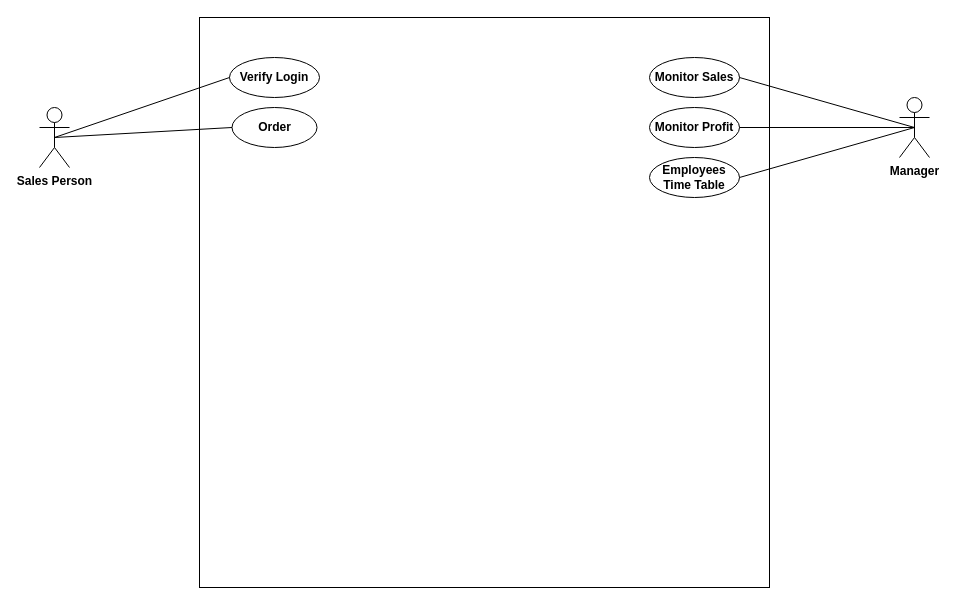
This is Use_Case.drawio from AbdulmoizTalpur/Tutorial-week-3, a draw.io file, before an edit. Source tidied: cells renumbered, new cells numbered last; positions are measured from the earlier drawing's top-left corner, leaving out a move shared by most shapes. Both pictures are drawn from the tidied source at 100%, with x=0, y=0 at pixel (39, 17).
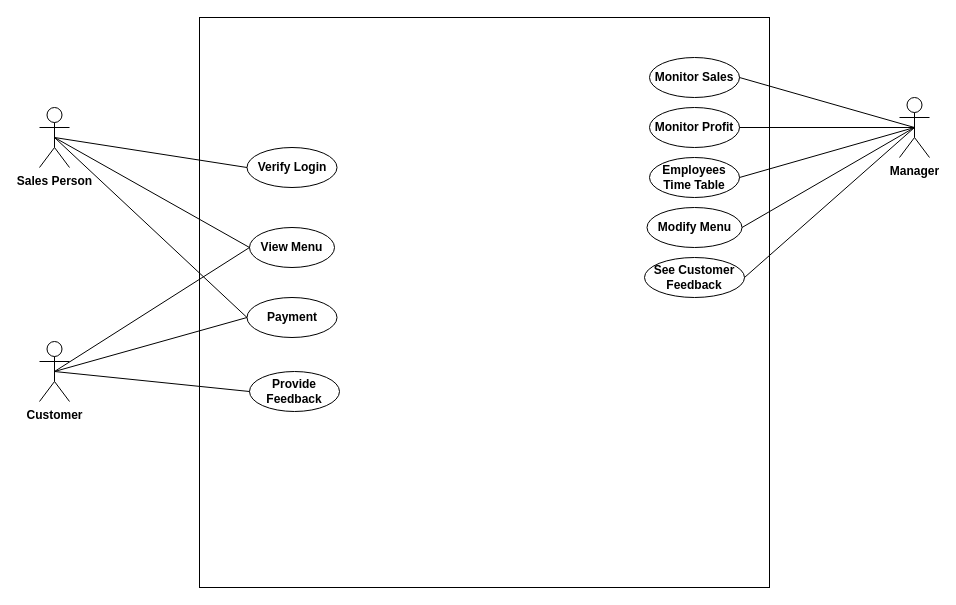
The same page after the edit.

The change refers to these unchanged cells:
```xml
<mxCell id="3" value="&lt;b&gt;Sales Person&lt;/b&gt;" style="shape=umlActor;verticalLabelPosition=bottom;verticalAlign=top;html=1;" parent="1" vertex="1">
  <mxGeometry y="90" width="30" height="60" as="geometry" />
</mxCell>
<mxCell id="5" value="&lt;b&gt;Manager&lt;/b&gt;" style="shape=umlActor;verticalLabelPosition=bottom;verticalAlign=top;html=1;" parent="1" vertex="1">
  <mxGeometry x="860" y="80" width="30" height="60" as="geometry" />
</mxCell>
```

What changed in the source:
```diff
@@
     <mxCell id="4" value="&lt;b&gt;Verify Login&lt;/b&gt;" style="ellipse;whiteSpace=wrap;html=1;" parent="1" vertex="1">
-      <mxGeometry x="190" y="40" width="90" height="40" as="geometry" />
+      <mxGeometry x="207.5" y="130" width="90" height="40" as="geometry" />
     </mxCell>
@@
-    <mxCell id="13" value="&lt;b&gt;Order&lt;/b&gt;" style="ellipse;whiteSpace=wrap;html=1;" parent="1" vertex="1">
-      <mxGeometry x="192.5" y="90" width="85" height="40" as="geometry" />
+    <mxCell id="13" value="&lt;b&gt;View Menu&lt;/b&gt;" style="ellipse;whiteSpace=wrap;html=1;" parent="1" vertex="1">
+      <mxGeometry x="210" y="210" width="85" height="40" as="geometry" />
     </mxCell>
@@
+    <mxCell id="15" value="&lt;b&gt;Modify Menu&lt;/b&gt;" style="ellipse;whiteSpace=wrap;html=1;" parent="1" vertex="1">
+      <mxGeometry x="607.5" y="190" width="95" height="40" as="geometry" />
+    </mxCell>
+    <mxCell id="16" style="endArrow=none;html=1;rounded=0;entryX=0.5;entryY=0.5;entryDx=0;entryDy=0;entryPerimeter=0;exitX=1;exitY=0.5;exitDx=0;exitDy=0;" parent="1" edge="1" source="15" target="5">
+      <mxGeometry relative="1" as="geometry" />
+    </mxCell>
+    <mxCell id="17" value="&lt;b&gt;Customer&lt;/b&gt;" style="shape=umlActor;verticalLabelPosition=bottom;verticalAlign=top;html=1;" parent="1" vertex="1">
+      <mxGeometry y="324" width="30" height="60" as="geometry" />
+    </mxCell>
+    <mxCell id="18" value="&lt;b&gt;See Customer Feedback&lt;/b&gt;" style="ellipse;whiteSpace=wrap;html=1;" parent="1" vertex="1">
+      <mxGeometry x="605" y="240" width="100" height="40" as="geometry" />
+    </mxCell>
+    <mxCell id="19" style="endArrow=none;html=1;rounded=0;entryX=0.5;entryY=0.5;entryDx=0;entryDy=0;entryPerimeter=0;exitX=1;exitY=0.5;exitDx=0;exitDy=0;" parent="1" edge="1" source="18" target="5">
+      <mxGeometry relative="1" as="geometry" />
+    </mxCell>
+    <mxCell id="20" style="endArrow=none;html=1;rounded=0;exitX=0.5;exitY=0.5;exitDx=0;exitDy=0;exitPerimeter=0;entryX=0;entryY=0.5;entryDx=0;entryDy=0;" parent="1" edge="1" source="17" target="13">
+      <mxGeometry relative="1" as="geometry" />
+    </mxCell>
+    <mxCell id="21" value="&lt;b&gt;Payment&lt;/b&gt;" style="ellipse;whiteSpace=wrap;html=1;" parent="1" vertex="1">
+      <mxGeometry x="207.5" y="280" width="90" height="40" as="geometry" />
+    </mxCell>
+    <mxCell id="22" style="endArrow=none;html=1;rounded=0;exitX=0.5;exitY=0.5;exitDx=0;exitDy=0;exitPerimeter=0;entryX=0;entryY=0.5;entryDx=0;entryDy=0;" parent="1" edge="1" source="17" target="21">
+      <mxGeometry relative="1" as="geometry" />
+    </mxCell>
+    <mxCell id="23" style="endArrow=none;html=1;rounded=0;exitX=0.5;exitY=0.5;exitDx=0;exitDy=0;exitPerimeter=0;entryX=0;entryY=0.5;entryDx=0;entryDy=0;" parent="1" edge="1" source="3" target="21">
+      <mxGeometry relative="1" as="geometry" />
+    </mxCell>
+    <mxCell id="24" value="&lt;b&gt;Provide Feedback&lt;/b&gt;" style="ellipse;whiteSpace=wrap;html=1;" parent="1" vertex="1">
+      <mxGeometry x="210" y="354" width="90" height="40" as="geometry" />
+    </mxCell>
+    <mxCell id="25" style="endArrow=none;html=1;rounded=0;exitX=0.5;exitY=0.5;exitDx=0;exitDy=0;exitPerimeter=0;entryX=0;entryY=0.5;entryDx=0;entryDy=0;" parent="1" edge="1" source="17" target="24">
+      <mxGeometry relative="1" as="geometry" />
+    </mxCell>
```
